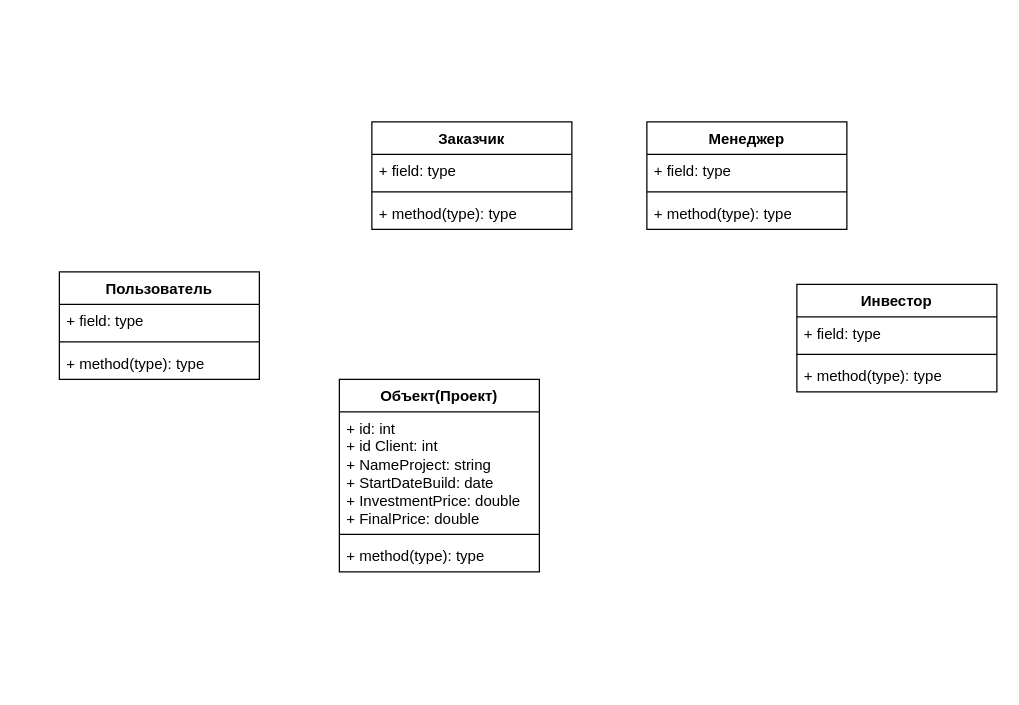
The draw.io diagram деятельность.drawio in daryarudz/22.09, before the edit. Source tidied: cells renumbered, new cells numbered last; positions are measured from the earlier drawing's top-left corner, leaving out a move shared by most shapes. Both pictures are drawn from the tidied source at 125%, with x=0, y=0 at pixel (59, 121).
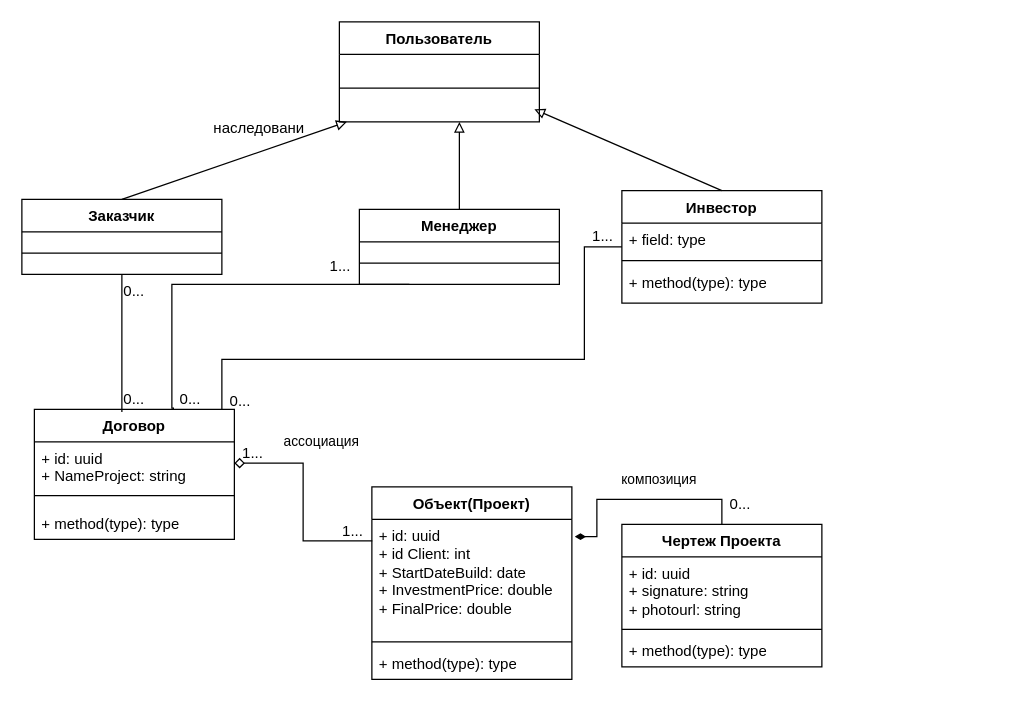
After the change.

Diff of the diagram source:
```diff
@@
     <mxCell id="2" value="Заказчик" style="swimlane;fontStyle=1;align=center;verticalAlign=top;horizontal=1;startSize=26;whiteSpace=wrap;html=1;" parent="1" vertex="1">
-      <mxGeometry x="250" width="160" height="86" as="geometry" />
+      <mxGeometry x="-30" y="62" width="160" height="60" as="geometry" />
     </mxCell>
-    <mxCell id="3" value="+ field: type" style="text;strokeColor=none;fillColor=none;align=left;verticalAlign=top;spacingLeft=4;spacingRight=4;overflow=hidden;whiteSpace=wrap;html=1;" parent="2" vertex="1">
-      <mxGeometry y="26" width="160" height="26" as="geometry" />
-    </mxCell>
     <mxCell id="4" style="line;strokeWidth=1;fillColor=none;align=left;verticalAlign=middle;spacingTop=-1;spacingLeft=3;spacingRight=3;labelPosition=right;strokeColor=inherit;" parent="2" vertex="1">
-      <mxGeometry y="52" width="160" height="8" as="geometry" />
+      <mxGeometry y="26" width="160" height="34" as="geometry" />
     </mxCell>
-    <mxCell id="5" value="+ method(type): type" style="text;strokeColor=none;fillColor=none;align=left;verticalAlign=top;spacingLeft=4;spacingRight=4;overflow=hidden;whiteSpace=wrap;html=1;" parent="2" vertex="1">
-      <mxGeometry y="60" width="160" height="26" as="geometry" />
-    </mxCell>
+    <mxCell id="22" style="edgeStyle=orthogonalEdgeStyle;rounded=0;jettySize=auto;html=1;exitX=0.25;exitY=1;exitDx=0;exitDy=0;entryX=0.695;entryY=0.002;entryDx=0;entryDy=0;entryPerimeter=0;endArrow=none;endFill=0;" parent="1" edge="1" source="6" target="28">
+      <mxGeometry relative="1" as="geometry">
+        <Array as="points">
+          <mxPoint x="230" y="130" />
+          <mxPoint x="90" y="130" />
+          <mxPoint x="90" y="229" />
+          <mxPoint x="91" y="229" />
+        </Array>
+      </mxGeometry>
+    </mxCell>
+    <mxCell id="23" style="rounded=0;jettySize=auto;html=1;exitX=0.5;exitY=0;exitDx=0;exitDy=0;endArrow=block;endFill=0;" parent="1" edge="1" source="6">
+      <mxGeometry relative="1" as="geometry">
+        <mxPoint x="320" as="targetPoint" />
+      </mxGeometry>
+    </mxCell>
     <mxCell id="6" value="Менеджер" style="swimlane;fontStyle=1;align=center;verticalAlign=top;horizontal=1;startSize=26;whiteSpace=wrap;html=1;" parent="1" vertex="1">
-      <mxGeometry x="470" width="160" height="86" as="geometry" />
+      <mxGeometry x="240" y="70" width="160" height="60" as="geometry" />
     </mxCell>
-    <mxCell id="7" value="+ field: type" style="text;strokeColor=none;fillColor=none;align=left;verticalAlign=top;spacingLeft=4;spacingRight=4;overflow=hidden;whiteSpace=wrap;html=1;" parent="6" vertex="1">
-      <mxGeometry y="26" width="160" height="26" as="geometry" />
-    </mxCell>
     <mxCell id="8" style="line;strokeWidth=1;fillColor=none;align=left;verticalAlign=middle;spacingTop=-1;spacingLeft=3;spacingRight=3;labelPosition=right;strokeColor=inherit;" parent="6" vertex="1">
-      <mxGeometry y="52" width="160" height="8" as="geometry" />
+      <mxGeometry y="26" width="160" height="34" as="geometry" />
     </mxCell>
-    <mxCell id="9" value="+ method(type): type" style="text;strokeColor=none;fillColor=none;align=left;verticalAlign=top;spacingLeft=4;spacingRight=4;overflow=hidden;whiteSpace=wrap;html=1;" parent="6" vertex="1">
-      <mxGeometry y="60" width="160" height="26" as="geometry" />
-    </mxCell>
     <mxCell id="10" value="Пользователь" style="swimlane;fontStyle=1;align=center;verticalAlign=top;horizontal=1;startSize=26;whiteSpace=wrap;html=1;" parent="1" vertex="1">
-      <mxGeometry y="120" width="160" height="86" as="geometry" />
+      <mxGeometry x="224" y="-80" width="160" height="80" as="geometry" />
     </mxCell>
-    <mxCell id="11" value="+ field: type" style="text;strokeColor=none;fillColor=none;align=left;verticalAlign=top;spacingLeft=4;spacingRight=4;overflow=hidden;whiteSpace=wrap;html=1;" parent="10" vertex="1">
-      <mxGeometry y="26" width="160" height="26" as="geometry" />
-    </mxCell>
     <mxCell id="12" style="line;strokeWidth=1;fillColor=none;align=left;verticalAlign=middle;spacingTop=-1;spacingLeft=3;spacingRight=3;labelPosition=right;strokeColor=inherit;" parent="10" vertex="1">
-      <mxGeometry y="52" width="160" height="8" as="geometry" />
+      <mxGeometry y="26" width="160" height="54" as="geometry" />
     </mxCell>
-    <mxCell id="13" value="+ method(type): type" style="text;strokeColor=none;fillColor=none;align=left;verticalAlign=top;spacingLeft=4;spacingRight=4;overflow=hidden;whiteSpace=wrap;html=1;" parent="10" vertex="1">
-      <mxGeometry y="60" width="160" height="26" as="geometry" />
-    </mxCell>
     <mxCell id="14" value="Инвестор" style="swimlane;fontStyle=1;align=center;verticalAlign=top;horizontal=1;startSize=26;whiteSpace=wrap;html=1;" parent="1" vertex="1">
-      <mxGeometry x="590" y="130" width="160" height="86" as="geometry" />
+      <mxGeometry x="450" y="55" width="160" height="90" as="geometry" />
     </mxCell>
@@
     <mxCell id="17" value="+ method(type): type" style="text;strokeColor=none;fillColor=none;align=left;verticalAlign=top;spacingLeft=4;spacingRight=4;overflow=hidden;whiteSpace=wrap;html=1;" parent="14" vertex="1">
-      <mxGeometry y="60" width="160" height="26" as="geometry" />
+      <mxGeometry y="60" width="160" height="30" as="geometry" />
     </mxCell>
     <mxCell id="18" value="Объект(Проект)" style="swimlane;fontStyle=1;align=center;verticalAlign=top;horizontal=1;startSize=26;whiteSpace=wrap;html=1;" parent="1" vertex="1">
-      <mxGeometry x="224" y="206" width="160" height="154" as="geometry" />
+      <mxGeometry x="250" y="292" width="160" height="154" as="geometry" />
     </mxCell>
-    <mxCell id="19" value="+ id: int&lt;br&gt;+ id Client: int&lt;br&gt;+ NameProject: string&lt;br&gt;+ StartDateBuild: date&lt;br&gt;+&amp;nbsp;InvestmentPrice: double&lt;br&gt;+&amp;nbsp;FinalPrice: double" style="text;strokeColor=none;fillColor=none;align=left;verticalAlign=top;spacingLeft=4;spacingRight=4;overflow=hidden;points=[[0,0.5],[1,0.5]];portConstraint=eastwest;whiteSpace=wrap;html=1;" parent="18" vertex="1">
+    <mxCell id="19" value="+ id: uuid&lt;br&gt;+ id Client: int&lt;br&gt;+ StartDateBuild: date&lt;br&gt;+&amp;nbsp;InvestmentPrice: double&lt;br&gt;+&amp;nbsp;FinalPrice: double" style="text;strokeColor=none;fillColor=none;align=left;verticalAlign=top;spacingLeft=4;spacingRight=4;overflow=hidden;points=[[0,0.5],[1,0.5]];portConstraint=eastwest;whiteSpace=wrap;html=1;" parent="18" vertex="1">
       <mxGeometry y="26" width="160" height="94" as="geometry" />
     </mxCell>
@@
+    <mxCell id="24" value="Чертеж Проекта" style="swimlane;fontStyle=1;align=center;verticalAlign=top;horizontal=1;startSize=26;whiteSpace=wrap;html=1;" parent="1" vertex="1">
+      <mxGeometry x="450" y="322" width="160" height="114" as="geometry" />
+    </mxCell>
+    <mxCell id="25" value="+ id: uuid&lt;br&gt;+&amp;nbsp;signature: string&lt;br&gt;+ photourl: string&amp;nbsp;" style="text;strokeColor=none;fillColor=none;align=left;verticalAlign=top;spacingLeft=4;spacingRight=4;overflow=hidden;whiteSpace=wrap;html=1;" parent="24" vertex="1">
+      <mxGeometry y="26" width="160" height="54" as="geometry" />
+    </mxCell>
+    <mxCell id="26" style="line;strokeWidth=1;fillColor=none;align=left;verticalAlign=middle;spacingTop=-1;spacingLeft=3;spacingRight=3;labelPosition=right;strokeColor=inherit;" parent="24" vertex="1">
+      <mxGeometry y="80" width="160" height="8" as="geometry" />
+    </mxCell>
+    <mxCell id="27" value="+ method(type): type" style="text;strokeColor=none;fillColor=none;align=left;verticalAlign=top;spacingLeft=4;spacingRight=4;overflow=hidden;whiteSpace=wrap;html=1;" parent="24" vertex="1">
+      <mxGeometry y="88" width="160" height="26" as="geometry" />
+    </mxCell>
+    <mxCell id="28" value="Договор" style="swimlane;fontStyle=1;align=center;verticalAlign=top;horizontal=1;startSize=26;whiteSpace=wrap;html=1;" parent="1" vertex="1">
+      <mxGeometry x="-20" y="230" width="160" height="104" as="geometry" />
+    </mxCell>
+    <mxCell id="29" value="+ id: uuid&lt;br&gt;+ NameProject: string" style="text;strokeColor=none;fillColor=none;align=left;verticalAlign=top;spacingLeft=4;spacingRight=4;overflow=hidden;points=[[0,0.5],[1,0.5]];portConstraint=eastwest;whiteSpace=wrap;html=1;" parent="28" vertex="1">
+      <mxGeometry y="26" width="160" height="34" as="geometry" />
+    </mxCell>
+    <mxCell id="30" style="line;strokeWidth=1;fillColor=none;align=left;verticalAlign=middle;spacingTop=-1;spacingLeft=3;spacingRight=3;labelPosition=right;strokeColor=inherit;" parent="28" vertex="1">
+      <mxGeometry y="60" width="160" height="18" as="geometry" />
+    </mxCell>
+    <mxCell id="31" value="+ method(type): type" style="text;strokeColor=none;fillColor=none;align=left;verticalAlign=top;spacingLeft=4;spacingRight=4;overflow=hidden;whiteSpace=wrap;html=1;" parent="28" vertex="1">
+      <mxGeometry y="78" width="160" height="26" as="geometry" />
+    </mxCell>
+    <mxCell id="32" style="edgeStyle=orthogonalEdgeStyle;rounded=0;jettySize=auto;html=1;entryX=1;entryY=0.5;entryDx=0;entryDy=0;endArrow=diamond;endFill=0;exitX=0.002;exitY=0.183;exitDx=0;exitDy=0;exitPerimeter=0;" parent="1" edge="1" source="19" target="29">
+      <mxGeometry relative="1" as="geometry" />
+    </mxCell>
+    <mxCell id="33" value="&lt;font style=&quot;font-size: 11px;&quot;&gt;ассоциация&lt;/font&gt;" style="text;strokeColor=none;align=center;fillColor=none;html=1;verticalAlign=middle;whiteSpace=wrap;rounded=0;" parent="1" vertex="1">
+      <mxGeometry x="180" y="241" width="60" height="30" as="geometry" />
+    </mxCell>
+    <mxCell id="34" style="edgeStyle=orthogonalEdgeStyle;rounded=0;jettySize=auto;html=1;exitX=0.5;exitY=0;exitDx=0;exitDy=0;entryX=1.015;entryY=0.147;entryDx=0;entryDy=0;entryPerimeter=0;endArrow=diamondThin;endFill=1;fontStyle=1;" parent="1" edge="1" source="24" target="19">
+      <mxGeometry relative="1" as="geometry" />
+    </mxCell>
+    <mxCell id="35" value="&lt;span style=&quot;font-size: 11px;&quot;&gt;композиция&lt;/span&gt;" style="text;strokeColor=none;align=center;fillColor=none;html=1;verticalAlign=middle;whiteSpace=wrap;rounded=0;" parent="1" vertex="1">
+      <mxGeometry x="450" y="271" width="60" height="30" as="geometry" />
+    </mxCell>
+    <mxCell id="36" value="0..." style="text;strokeColor=none;align=center;fillColor=none;html=1;verticalAlign=middle;whiteSpace=wrap;rounded=0;" parent="1" vertex="1">
+      <mxGeometry x="540" y="300" width="10" height="12" as="geometry" />
+    </mxCell>
+    <mxCell id="37" value="1..." style="text;strokeColor=none;align=center;fillColor=none;html=1;verticalAlign=middle;whiteSpace=wrap;rounded=0;" parent="1" vertex="1">
+      <mxGeometry x="230" y="322" width="10" height="12" as="geometry" />
+    </mxCell>
+    <mxCell id="38" value="1..." style="text;strokeColor=none;align=center;fillColor=none;html=1;verticalAlign=middle;whiteSpace=wrap;rounded=0;" parent="1" vertex="1">
+      <mxGeometry x="150" y="259" width="10" height="12" as="geometry" />
+    </mxCell>
+    <mxCell id="39" style="edgeStyle=orthogonalEdgeStyle;rounded=0;jettySize=auto;html=1;verticalAlign=bottom;endArrow=none;endFill=0;" parent="1" edge="1" source="2">
+      <mxGeometry relative="1" as="geometry">
+        <mxPoint x="50" y="230" as="targetPoint" />
+        <Array as="points">
+          <mxPoint x="50" y="232" />
+        </Array>
+      </mxGeometry>
+    </mxCell>
+    <mxCell id="40" value="0..." style="text;strokeColor=none;align=center;fillColor=none;html=1;verticalAlign=middle;whiteSpace=wrap;rounded=0;" parent="1" vertex="1">
+      <mxGeometry x="55" y="130" width="10" height="12" as="geometry" />
+    </mxCell>
+    <mxCell id="41" value="0..." style="text;strokeColor=none;align=center;fillColor=none;html=1;verticalAlign=middle;whiteSpace=wrap;rounded=0;" parent="1" vertex="1">
+      <mxGeometry x="55" y="216" width="10" height="12" as="geometry" />
+    </mxCell>
+    <mxCell id="42" value="0..." style="text;strokeColor=none;align=center;fillColor=none;html=1;verticalAlign=middle;whiteSpace=wrap;rounded=0;" parent="1" vertex="1">
+      <mxGeometry x="100" y="216" width="10" height="12" as="geometry" />
+    </mxCell>
+    <mxCell id="43" value="1..." style="text;strokeColor=none;align=center;fillColor=none;html=1;verticalAlign=middle;whiteSpace=wrap;rounded=0;" parent="1" vertex="1">
+      <mxGeometry x="220" y="110" width="10" height="12" as="geometry" />
+    </mxCell>
+    <mxCell id="44" style="edgeStyle=orthogonalEdgeStyle;rounded=0;jettySize=auto;html=1;endArrow=none;endFill=0;" parent="1" edge="1" source="14">
+      <mxGeometry relative="1" as="geometry">
+        <mxPoint x="130" y="230" as="targetPoint" />
+        <Array as="points">
+          <mxPoint x="420" y="100" />
+          <mxPoint x="420" y="190" />
+          <mxPoint x="130" y="190" />
+        </Array>
+      </mxGeometry>
+    </mxCell>
+    <mxCell id="45" style="rounded=0;jettySize=auto;html=1;exitX=0.5;exitY=0;exitDx=0;exitDy=0;endArrow=block;endFill=0;" parent="1" edge="1" source="2">
+      <mxGeometry relative="1" as="geometry">
+        <mxPoint x="230" as="targetPoint" />
+      </mxGeometry>
+    </mxCell>
+    <mxCell id="46" style="rounded=0;jettySize=auto;html=1;exitX=0.5;exitY=0;exitDx=0;exitDy=0;endArrow=block;endFill=0;" parent="1" edge="1" source="14">
+      <mxGeometry relative="1" as="geometry">
+        <mxPoint x="380" y="-10" as="targetPoint" />
+      </mxGeometry>
+    </mxCell>
+    <mxCell id="47" value="наследовани" style="text;strokeColor=none;align=center;fillColor=none;html=1;verticalAlign=middle;whiteSpace=wrap;rounded=0;" parent="1" vertex="1">
+      <mxGeometry x="130" y="-10" width="60" height="30" as="geometry" />
+    </mxCell>
+    <mxCell id="48" value="1..." style="text;strokeColor=none;align=center;fillColor=none;html=1;verticalAlign=middle;whiteSpace=wrap;rounded=0;" parent="1" vertex="1">
+      <mxGeometry x="430" y="86" width="10" height="12" as="geometry" />
+    </mxCell>
+    <mxCell id="49" value="0..." style="text;strokeColor=none;align=center;fillColor=none;html=1;verticalAlign=middle;whiteSpace=wrap;rounded=0;" parent="1" vertex="1">
+      <mxGeometry x="140" y="218" width="10" height="12" as="geometry" />
+    </mxCell>
```
